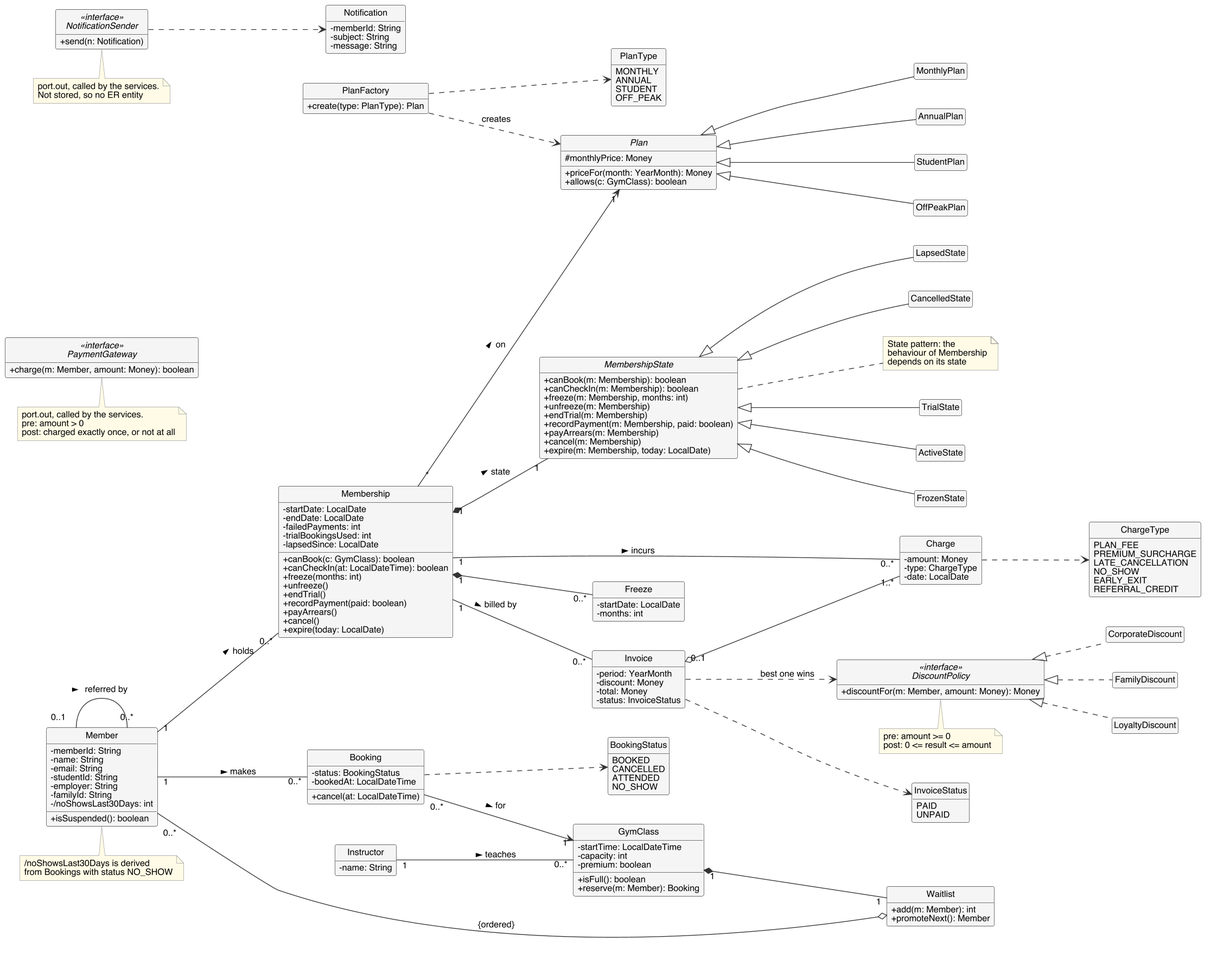
The PlantUML diagram report/analysis/class-diagram.png in CS6451-Advanced-Software-Design/Gym-Membership, before a commit.
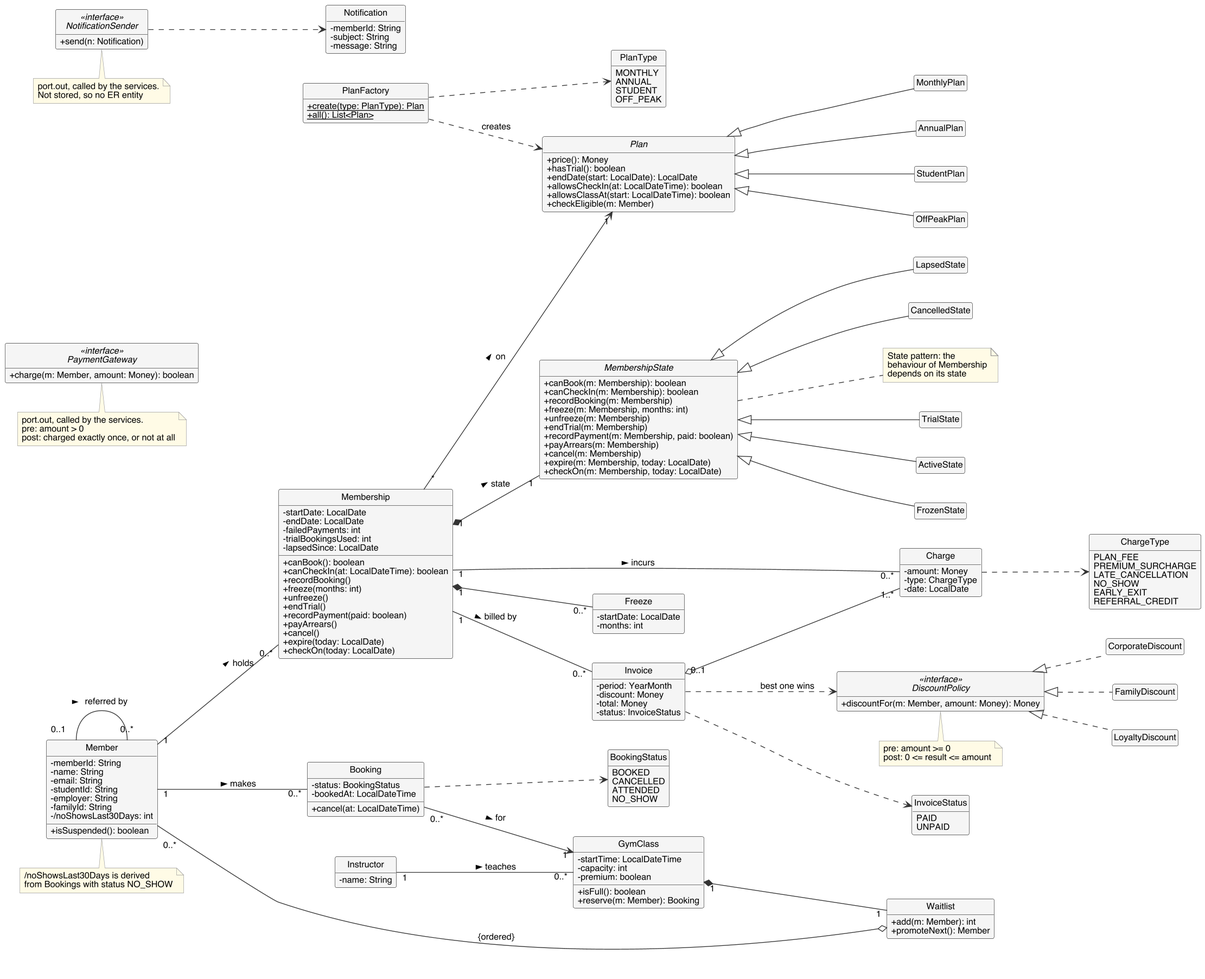
Later version of the same file.

Commit message:
docs(analysis): match the Membership, MembershipState, Plan and PlanFactory boxes in the class diagram to the code

The edit, as a diff of the source:
```diff
@@ -28,8 +28,9 @@
   -failedPayments: int
   -trialBookingsUsed: int
   -lapsedSince: LocalDate
-  +canBook(c: GymClass): boolean
+  +canBook(): boolean
   +canCheckIn(at: LocalDateTime): boolean
+  +recordBooking()
   +freeze(months: int)
   +unfreeze()
   +endTrial()
@@ -37,11 +38,13 @@
   +payArrears()
   +cancel()
   +expire(today: LocalDate)
+  +checkOn(today: LocalDate)
 }
 
 abstract class MembershipState {
   +canBook(m: Membership): boolean
   +canCheckIn(m: Membership): boolean
+  +recordBooking(m: Membership)
   +freeze(m: Membership, months: int)
   +unfreeze(m: Membership)
   +endTrial(m: Membership)
@@ -49,6 +52,7 @@
   +payArrears(m: Membership)
   +cancel(m: Membership)
   +expire(m: Membership, today: LocalDate)
+  +checkOn(m: Membership, today: LocalDate)
 }
 class TrialState
 class ActiveState
@@ -62,9 +66,12 @@
 }
 
 abstract class Plan {
-  #monthlyPrice: Money
-  +priceFor(month: YearMonth): Money
-  +allows(c: GymClass): boolean
+  +price(): Money
+  +hasTrial(): boolean
+  +endDate(start: LocalDate): LocalDate
+  +allowsCheckIn(at: LocalDateTime): boolean
+  +allowsClassAt(start: LocalDateTime): boolean
+  +checkEligible(m: Member)
 }
 class MonthlyPlan
 class AnnualPlan
@@ -72,7 +79,8 @@
 class OffPeakPlan
 
 class PlanFactory {
-  +create(type: PlanType): Plan
+  +{static} create(type: PlanType): Plan
+  +{static} all(): List<Plan>
 }
 enum PlanType {
   MONTHLY
```
